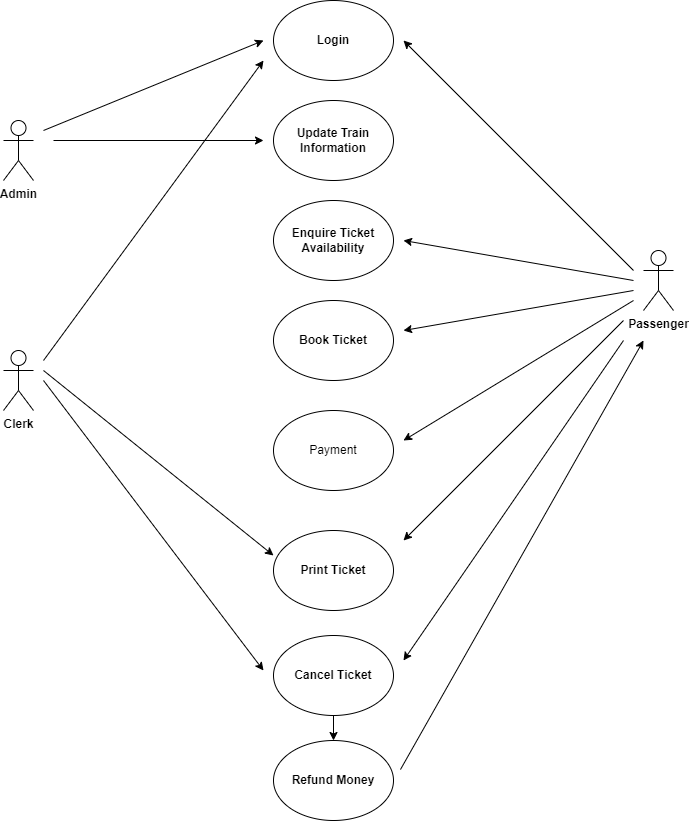
The draw.io diagram java-basics/03-12-2021/Railway Reservation System/Usecase Diagram.drawio.png in MuniswamiKokila/UST-prograd-training, before a commit. Source tidied: cells renumbered, new cells last; positions are measured from the earlier drawing's top-left corner, leaving out a move shared by most shapes.
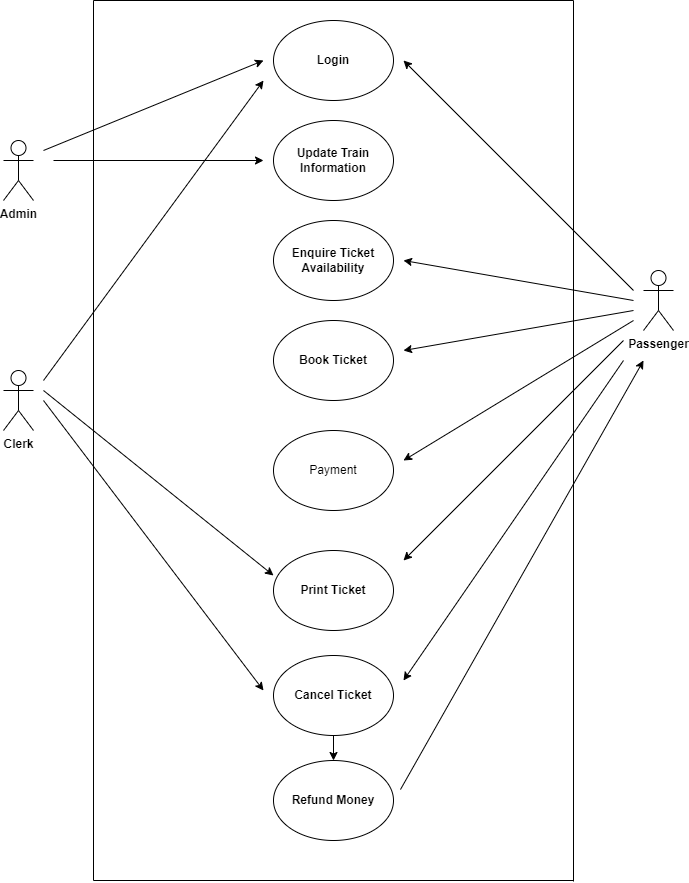
After the change.

The edit, as a diff of the source:
```diff
@@ -109,5 +109,29 @@
         <mxPoint x="400" y="660" as="targetPoint" />
       </mxGeometry>
     </mxCell>
+    <mxCell id="26" style="endArrow=none;html=1;rounded=0;" parent="1" edge="1">
+      <mxGeometry relative="1" as="geometry">
+        <mxPoint x="90" y="-20" as="sourcePoint" />
+        <mxPoint x="570" y="-20" as="targetPoint" />
+      </mxGeometry>
+    </mxCell>
+    <mxCell id="27" style="endArrow=none;html=1;rounded=0;" parent="1" edge="1">
+      <mxGeometry relative="1" as="geometry">
+        <mxPoint x="90" y="860" as="sourcePoint" />
+        <mxPoint x="90" y="-20" as="targetPoint" />
+      </mxGeometry>
+    </mxCell>
+    <mxCell id="28" style="endArrow=none;html=1;rounded=0;" parent="1" edge="1">
+      <mxGeometry relative="1" as="geometry">
+        <mxPoint x="570" y="861" as="sourcePoint" />
+        <mxPoint x="570" y="-20" as="targetPoint" />
+      </mxGeometry>
+    </mxCell>
+    <mxCell id="29" style="endArrow=none;html=1;rounded=0;" parent="1" edge="1">
+      <mxGeometry relative="1" as="geometry">
+        <mxPoint x="90" y="860" as="sourcePoint" />
+        <mxPoint x="570" y="860" as="targetPoint" />
+      </mxGeometry>
+    </mxCell>
   </root>
 </mxGraphModel>
```
